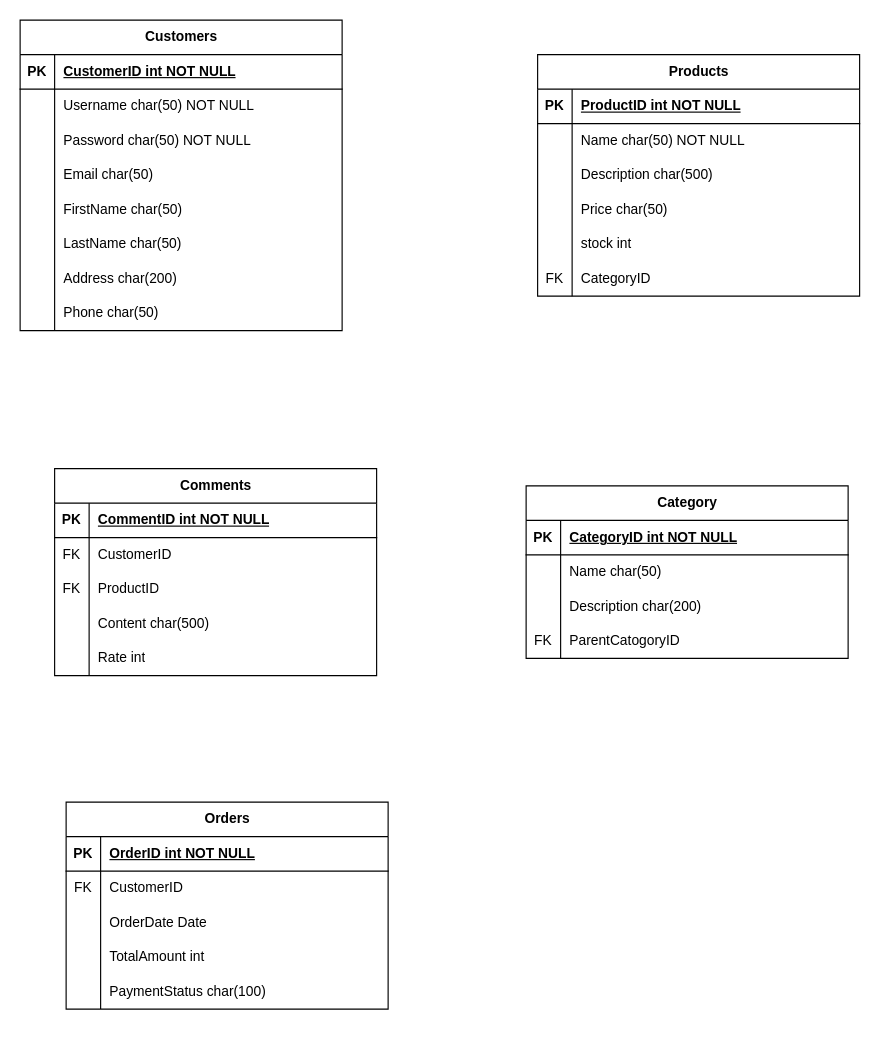
Before: OnlineShop.drawio in zeinab-hajhosseini/OnlineShopERD, a draw.io diagram. Source tidied: cells renumbered, new cells numbered last; positions are measured from the earlier drawing's top-left corner, leaving out a move shared by most shapes. Both pictures are drawn from the tidied source at 115%, with x=0, y=0 at pixel (20, 20).
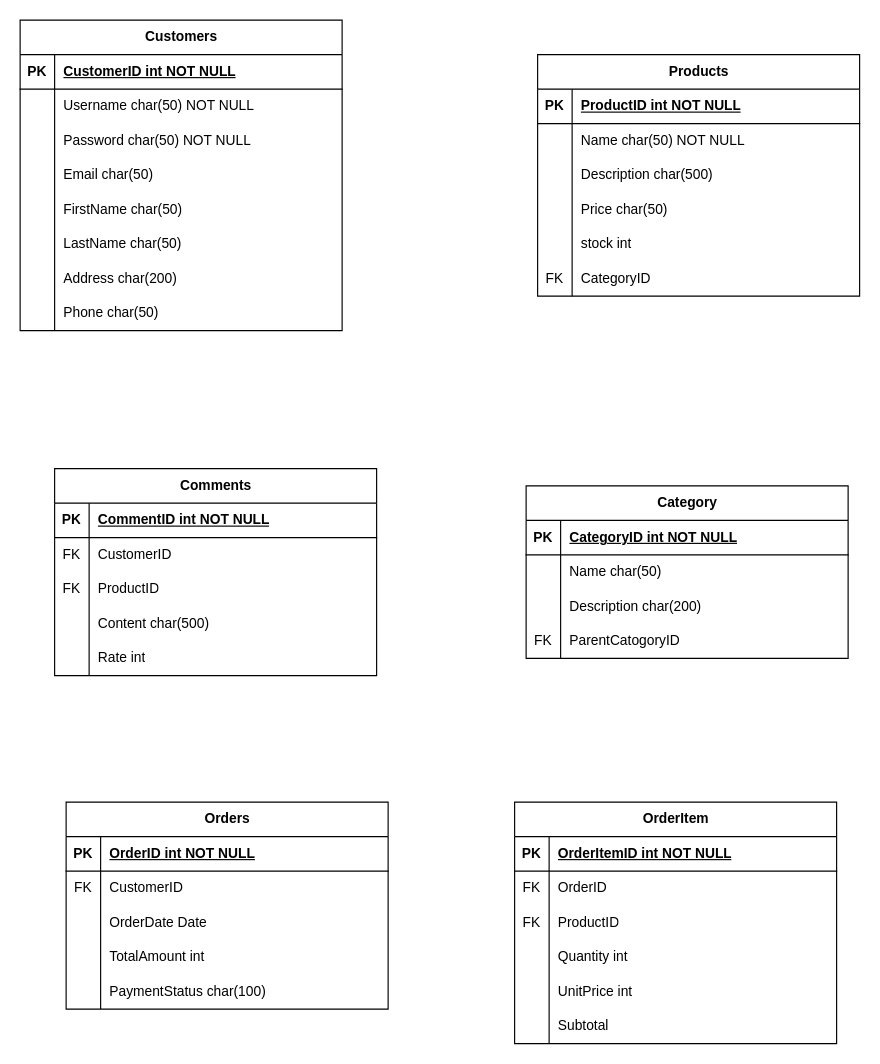
Above is the later version.

Commit message:
Define OrderItem Entity

Diff of the diagram source:
```diff
@@
+    <mxCell id="91" value="OrderItem" style="shape=table;startSize=30;childLayout=tableLayout;rowLines=0;fontStyle=1;align=center;html=1;" parent="1" vertex="1">
+      <mxGeometry x="430" y="680" width="280" height="210" as="geometry" />
+    </mxCell>
+    <mxCell id="92" style="shape=tableRow;horizontal=0;startSize=0;swimlaneHead=0;swimlaneBody=0;fillColor=none;top=0;left=0;right=0;bottom=1;" parent="91" vertex="1">
+      <mxGeometry y="30" width="280" height="30" as="geometry" />
+    </mxCell>
+    <mxCell id="93" value="PK" style="shape=partialRectangle;fillColor=none;top=0;left=0;bottom=0;right=0;fontStyle=1;overflow=hidden;whiteSpace=wrap;html=1;" parent="92" vertex="1">
+      <mxGeometry width="30" height="30" as="geometry" />
+    </mxCell>
+    <mxCell id="94" value="OrderItemID int NOT NULL" style="shape=partialRectangle;fillColor=none;top=0;left=0;bottom=0;right=0;align=left;spacingLeft=6;fontStyle=5;overflow=hidden;whiteSpace=wrap;html=1;" parent="92" vertex="1">
+      <mxGeometry x="30" width="250" height="30" as="geometry" />
+    </mxCell>
+    <mxCell id="95" style="shape=tableRow;horizontal=0;startSize=0;swimlaneHead=0;swimlaneBody=0;fillColor=none;top=0;left=0;right=0;bottom=0;" parent="91" vertex="1">
+      <mxGeometry y="60" width="280" height="30" as="geometry" />
+    </mxCell>
+    <mxCell id="96" value="FK" style="shape=partialRectangle;fillColor=none;top=0;left=0;bottom=0;right=0;overflow=hidden;whiteSpace=wrap;html=1;" parent="95" vertex="1">
+      <mxGeometry width="30" height="30" as="geometry" />
+    </mxCell>
+    <mxCell id="97" value="OrderID" style="shape=partialRectangle;fillColor=none;top=0;left=0;bottom=0;right=0;align=left;spacingLeft=6;overflow=hidden;whiteSpace=wrap;html=1;" parent="95" vertex="1">
+      <mxGeometry x="30" width="250" height="30" as="geometry" />
+    </mxCell>
+    <mxCell id="98" style="shape=tableRow;horizontal=0;startSize=0;swimlaneHead=0;swimlaneBody=0;fillColor=none;top=0;left=0;right=0;bottom=0;" parent="91" vertex="1">
+      <mxGeometry y="90" width="280" height="30" as="geometry" />
+    </mxCell>
+    <mxCell id="99" value="FK" style="shape=partialRectangle;fillColor=none;top=0;left=0;bottom=0;right=0;overflow=hidden;whiteSpace=wrap;html=1;" parent="98" vertex="1">
+      <mxGeometry width="30" height="30" as="geometry" />
+    </mxCell>
+    <mxCell id="100" value="ProductID" style="shape=partialRectangle;fillColor=none;top=0;left=0;bottom=0;right=0;align=left;spacingLeft=6;overflow=hidden;whiteSpace=wrap;html=1;" parent="98" vertex="1">
+      <mxGeometry x="30" width="250" height="30" as="geometry" />
+    </mxCell>
+    <mxCell id="101" style="shape=tableRow;horizontal=0;startSize=0;swimlaneHead=0;swimlaneBody=0;fillColor=none;top=0;left=0;right=0;bottom=0;" parent="91" vertex="1">
+      <mxGeometry y="120" width="280" height="30" as="geometry" />
+    </mxCell>
+    <mxCell id="102" style="shape=partialRectangle;fillColor=none;top=0;left=0;bottom=0;right=0;overflow=hidden;whiteSpace=wrap;html=1;" parent="101" vertex="1">
+      <mxGeometry width="30" height="30" as="geometry" />
+    </mxCell>
+    <mxCell id="103" value="Quantity int" style="shape=partialRectangle;fillColor=none;top=0;left=0;bottom=0;right=0;align=left;spacingLeft=6;overflow=hidden;whiteSpace=wrap;html=1;" parent="101" vertex="1">
+      <mxGeometry x="30" width="250" height="30" as="geometry" />
+    </mxCell>
+    <mxCell id="104" style="shape=tableRow;horizontal=0;startSize=0;swimlaneHead=0;swimlaneBody=0;fillColor=none;top=0;left=0;right=0;bottom=0;" parent="91" vertex="1">
+      <mxGeometry y="150" width="280" height="30" as="geometry" />
+    </mxCell>
+    <mxCell id="105" style="shape=partialRectangle;fillColor=none;top=0;left=0;bottom=0;right=0;overflow=hidden;whiteSpace=wrap;html=1;" parent="104" vertex="1">
+      <mxGeometry width="30" height="30" as="geometry" />
+    </mxCell>
+    <mxCell id="106" value="UnitPrice int" style="shape=partialRectangle;fillColor=none;top=0;left=0;bottom=0;right=0;align=left;spacingLeft=6;overflow=hidden;whiteSpace=wrap;html=1;" parent="104" vertex="1">
+      <mxGeometry x="30" width="250" height="30" as="geometry" />
+    </mxCell>
+    <mxCell id="107" style="shape=tableRow;horizontal=0;startSize=0;swimlaneHead=0;swimlaneBody=0;fillColor=none;top=0;left=0;right=0;bottom=0;" parent="91" vertex="1">
+      <mxGeometry y="180" width="280" height="30" as="geometry" />
+    </mxCell>
+    <mxCell id="108" style="shape=partialRectangle;fillColor=none;top=0;left=0;bottom=0;right=0;overflow=hidden;whiteSpace=wrap;html=1;" parent="107" vertex="1">
+      <mxGeometry width="30" height="30" as="geometry" />
+    </mxCell>
+    <mxCell id="109" value="Subtotal" style="shape=partialRectangle;fillColor=none;top=0;left=0;bottom=0;right=0;align=left;spacingLeft=6;overflow=hidden;whiteSpace=wrap;html=1;" parent="107" vertex="1">
+      <mxGeometry x="30" width="250" height="30" as="geometry" />
+    </mxCell>
```
